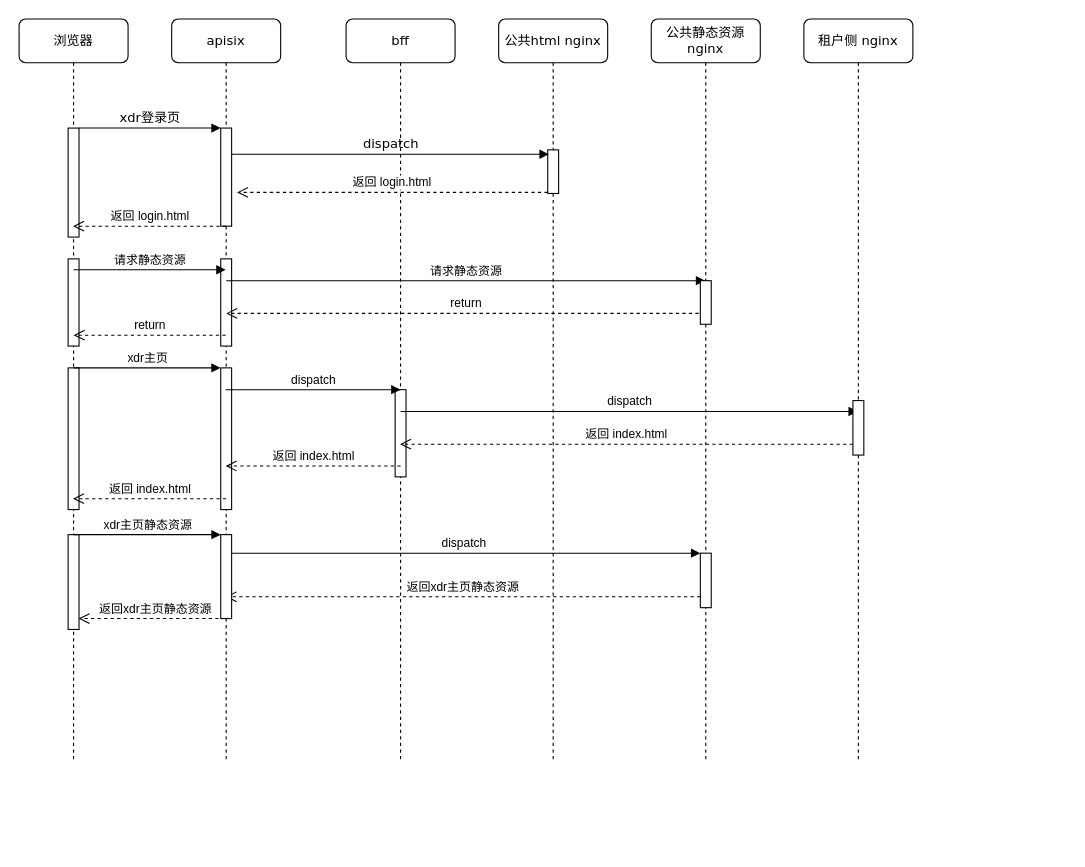
The draw.io diagram sxf-front-end-optimize-publish/saas dev 前端调用链路优化方案二.drawio in doukangtai/draw.io, before the edit. Source tidied: cells renumbered, new cells numbered last; positions are measured from the earlier drawing's top-left corner, leaving out a move shared by most shapes. Both pictures are drawn from the tidied source at 109%, with x=0, y=0 at pixel (19, 19).
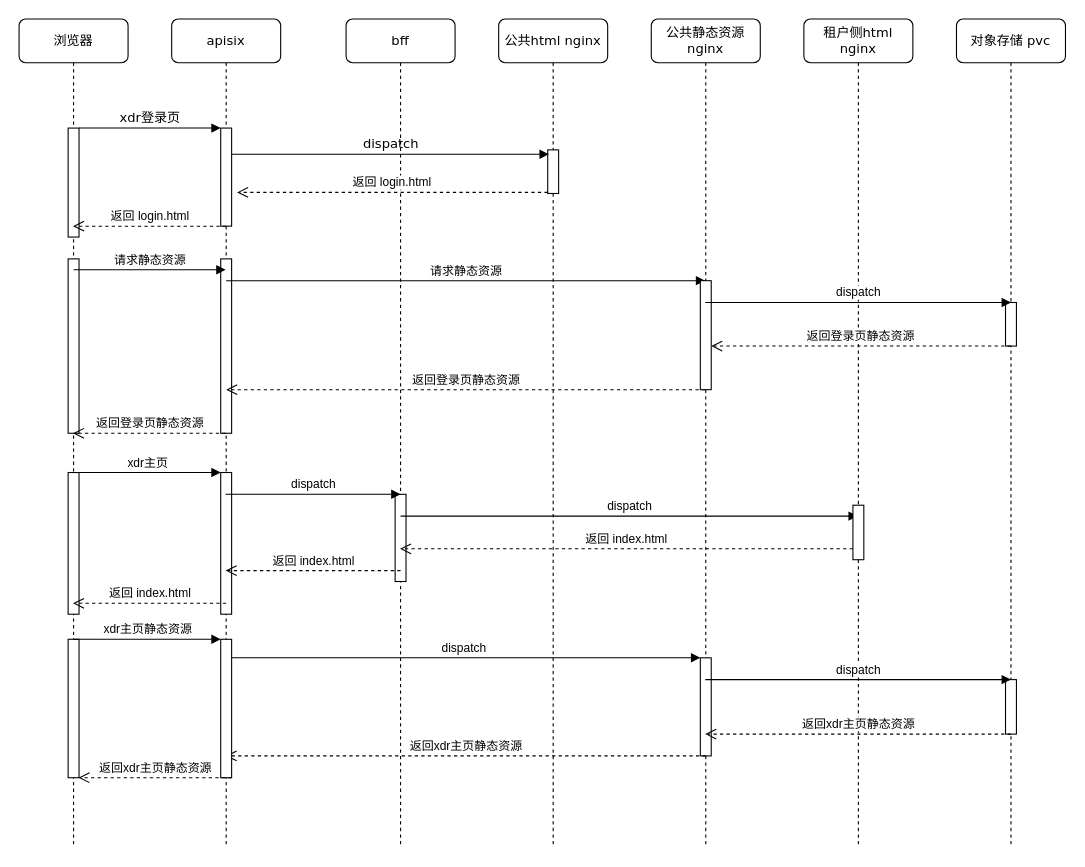
The same diagram, later.

Commit message:
更新saas dev 前端调用链路优化方案二.drawio

What changed in the source:
```diff
@@
     <mxCell id="2" value="apisix" style="shape=umlLifeline;perimeter=lifelinePerimeter;whiteSpace=wrap;html=1;outlineConnect=0;rounded=1;shadow=0;comic=0;labelBackgroundColor=none;strokeWidth=1;fontFamily=Verdana;fontSize=12;align=center;" parent="1" vertex="1">
-      <mxGeometry x="140" width="100" height="680" as="geometry" />
+      <mxGeometry x="140" width="100" height="760" as="geometry" />
     </mxCell>
@@
     <mxCell id="4" style="html=1;perimeter=orthogonalPerimeter;targetShapes=umlLifeline;newEdgeStyle={&quot;edgeStyle&quot;:&quot;elbowEdgeStyle&quot;,&quot;elbow&quot;:&quot;vertical&quot;,&quot;curved&quot;:0,&quot;rounded&quot;:0};" parent="2" vertex="1">
-      <mxGeometry x="45" y="220" width="10" height="80" as="geometry" />
+      <mxGeometry x="45" y="220" width="10" height="160" as="geometry" />
     </mxCell>
@@
-    <mxCell id="6" value="return" style="html=1;verticalAlign=bottom;endArrow=open;dashed=1;endSize=8;edgeStyle=elbowEdgeStyle;elbow=vertical;curved=0;rounded=0;" parent="2" edge="1" source="13">
+    <mxCell id="6" value="返回登录页静态资源" style="html=1;verticalAlign=bottom;endArrow=open;dashed=1;endSize=8;edgeStyle=elbowEdgeStyle;elbow=vertical;curved=0;rounded=0;" parent="2" edge="1" source="13">
       <mxGeometry relative="1" as="geometry">
-        <mxPoint x="50" y="270" as="targetPoint" />
+        <mxPoint x="50" y="340" as="targetPoint" />
+        <Array as="points">
+          <mxPoint x="310" y="340" />
+        </Array>
       </mxGeometry>
     </mxCell>
-    <mxCell id="7" value="返回xdr主页静态资源" style="html=1;verticalAlign=bottom;endArrow=open;dashed=1;endSize=8;edgeStyle=elbowEdgeStyle;elbow=vertical;curved=0;rounded=0;" parent="2" edge="1">
-      <mxGeometry relative="1" as="geometry">
-        <mxPoint x="55" y="550" as="sourcePoint" />
-        <mxPoint x="-85.5" y="550" as="targetPoint" />
-      </mxGeometry>
-    </mxCell>
     <mxCell id="8" value="bff" style="shape=umlLifeline;perimeter=lifelinePerimeter;whiteSpace=wrap;html=1;outlineConnect=0;rounded=1;shadow=0;comic=0;labelBackgroundColor=none;strokeWidth=1;fontFamily=Verdana;fontSize=12;align=center;" parent="1" vertex="1">
-      <mxGeometry x="300" width="100" height="680" as="geometry" />
+      <mxGeometry x="300" width="100" height="760" as="geometry" />
     </mxCell>
     <mxCell id="9" style="html=1;perimeter=orthogonalPerimeter;targetShapes=umlLifeline;newEdgeStyle={&quot;edgeStyle&quot;:&quot;elbowEdgeStyle&quot;,&quot;elbow&quot;:&quot;vertical&quot;,&quot;curved&quot;:0,&quot;rounded&quot;:0};" parent="8" vertex="1">
-      <mxGeometry x="45" y="340" width="10" height="80" as="geometry" />
+      <mxGeometry x="45" y="436" width="10" height="80" as="geometry" />
     </mxCell>
-    <mxCell id="10" value="dispatch" style="html=1;verticalAlign=bottom;endArrow=block;edgeStyle=elbowEdgeStyle;elbow=vertical;curved=0;rounded=0;" parent="8" edge="1" target="37">
+    <mxCell id="10" value="dispatch" style="html=1;verticalAlign=bottom;endArrow=block;edgeStyle=elbowEdgeStyle;elbow=vertical;curved=0;rounded=0;" parent="8" edge="1">
       <mxGeometry relative="1" as="geometry">
-        <mxPoint x="50" y="360" as="sourcePoint" />
+        <mxPoint x="50" y="456" as="sourcePoint" />
+        <mxPoint x="469.5" y="456" as="targetPoint" />
       </mxGeometry>
     </mxCell>
     <mxCell id="11" value="公共html nginx" style="shape=umlLifeline;perimeter=lifelinePerimeter;whiteSpace=wrap;html=1;rounded=1;shadow=0;comic=0;labelBackgroundColor=none;strokeWidth=1;fontFamily=Verdana;fontSize=12;align=center;" parent="1" vertex="1">
-      <mxGeometry x="440" width="100" height="680" as="geometry" />
+      <mxGeometry x="440" width="100" height="760" as="geometry" />
     </mxCell>
@@
     <mxCell id="13" value="公共静态资源 nginx" style="shape=umlLifeline;perimeter=lifelinePerimeter;whiteSpace=wrap;html=1;outlineConnect=0;rounded=1;shadow=0;comic=0;labelBackgroundColor=none;strokeWidth=1;fontFamily=Verdana;fontSize=12;align=center;" parent="1" vertex="1">
-      <mxGeometry x="580" width="100" height="680" as="geometry" />
+      <mxGeometry x="580" width="100" height="760" as="geometry" />
     </mxCell>
     <mxCell id="14" style="html=1;perimeter=orthogonalPerimeter;targetShapes=umlLifeline;newEdgeStyle={&quot;edgeStyle&quot;:&quot;elbowEdgeStyle&quot;,&quot;elbow&quot;:&quot;vertical&quot;,&quot;curved&quot;:0,&quot;rounded&quot;:0};" parent="13" vertex="1">
-      <mxGeometry x="45" y="490" width="10" height="50" as="geometry" />
+      <mxGeometry x="45" y="586" width="10" height="90" as="geometry" />
     </mxCell>
-    <mxCell id="15" value="返回xdr主页静态资源" style="html=1;verticalAlign=bottom;endArrow=open;dashed=1;endSize=8;edgeStyle=elbowEdgeStyle;elbow=vertical;curved=0;rounded=0;" parent="13" edge="1" target="2">
+    <mxCell id="15" value="返回xdr主页静态资源" style="html=1;verticalAlign=bottom;endArrow=open;dashed=1;endSize=8;edgeStyle=elbowEdgeStyle;elbow=vertical;curved=0;rounded=0;" parent="13" edge="1">
       <mxGeometry relative="1" as="geometry">
-        <mxPoint x="45" y="530" as="sourcePoint" />
+        <mxPoint x="50" y="676" as="sourcePoint" />
+        <mxPoint x="-390.5" y="676" as="targetPoint" />
+        <Array as="points">
+          <mxPoint x="-30" y="676" />
+        </Array>
       </mxGeometry>
     </mxCell>
     <mxCell id="16" style="html=1;points=[];perimeter=orthogonalPerimeter;outlineConnect=0;targetShapes=umlLifeline;portConstraint=eastwest;newEdgeStyle={&quot;edgeStyle&quot;:&quot;elbowEdgeStyle&quot;,&quot;elbow&quot;:&quot;vertical&quot;,&quot;curved&quot;:0,&quot;rounded&quot;:0};" parent="13" vertex="1">
-      <mxGeometry x="45" y="240" width="10" height="40" as="geometry" />
+      <mxGeometry x="45" y="240" width="10" height="100" as="geometry" />
     </mxCell>
-    <mxCell id="17" value="dispatch" style="html=1;verticalAlign=bottom;endArrow=block;edgeStyle=elbowEdgeStyle;elbow=vertical;curved=0;rounded=0;" parent="13" edge="1" source="2">
+    <mxCell id="17" value="dispatch" style="html=1;verticalAlign=bottom;endArrow=block;edgeStyle=elbowEdgeStyle;elbow=vertical;curved=0;rounded=0;" parent="13" edge="1">
       <mxGeometry relative="1" as="geometry">
-        <mxPoint x="45" y="490" as="targetPoint" />
+        <mxPoint x="-390.5" y="586" as="sourcePoint" />
+        <mxPoint x="45" y="586" as="targetPoint" />
       </mxGeometry>
     </mxCell>
     <mxCell id="18" value="浏览器" style="shape=umlLifeline;perimeter=lifelinePerimeter;whiteSpace=wrap;html=1;outlineConnect=0;rounded=1;shadow=0;comic=0;labelBackgroundColor=none;strokeWidth=1;fontFamily=Verdana;fontSize=12;align=center;" parent="1" vertex="1">
-      <mxGeometry width="100" height="680" as="geometry" />
+      <mxGeometry width="100" height="760" as="geometry" />
     </mxCell>
@@
     <mxCell id="20" style="html=1;perimeter=orthogonalPerimeter;targetShapes=umlLifeline;newEdgeStyle={&quot;edgeStyle&quot;:&quot;elbowEdgeStyle&quot;,&quot;elbow&quot;:&quot;vertical&quot;,&quot;curved&quot;:0,&quot;rounded&quot;:0};" parent="18" vertex="1">
-      <mxGeometry x="45" y="320" width="10" height="130" as="geometry" />
+      <mxGeometry x="45" y="416" width="10" height="130" as="geometry" />
     </mxCell>
     <mxCell id="21" style="html=1;perimeter=orthogonalPerimeter;targetShapes=umlLifeline;newEdgeStyle={&quot;edgeStyle&quot;:&quot;elbowEdgeStyle&quot;,&quot;elbow&quot;:&quot;vertical&quot;,&quot;curved&quot;:0,&quot;rounded&quot;:0};" parent="18" vertex="1">
-      <mxGeometry x="45" y="220" width="10" height="80" as="geometry" />
+      <mxGeometry x="45" y="220" width="10" height="160" as="geometry" />
     </mxCell>
@@
-    <mxCell id="23" value="return" style="html=1;verticalAlign=bottom;endArrow=open;dashed=1;endSize=8;edgeStyle=elbowEdgeStyle;elbow=vertical;curved=0;rounded=0;" parent="18" edge="1" source="2">
-      <mxGeometry relative="1" as="geometry">
-        <mxPoint x="50" y="290" as="targetPoint" />
-      </mxGeometry>
-    </mxCell>
     <mxCell id="24" style="html=1;points=[];perimeter=orthogonalPerimeter;outlineConnect=0;targetShapes=umlLifeline;portConstraint=eastwest;newEdgeStyle={&quot;edgeStyle&quot;:&quot;elbowEdgeStyle&quot;,&quot;elbow&quot;:&quot;vertical&quot;,&quot;curved&quot;:0,&quot;rounded&quot;:0};" parent="18" vertex="1">
-      <mxGeometry x="185" y="320" width="10" height="130" as="geometry" />
+      <mxGeometry x="185" y="416" width="10" height="130" as="geometry" />
     </mxCell>
     <mxCell id="25" value="xdr主页" style="html=1;verticalAlign=bottom;endArrow=block;edgeStyle=elbowEdgeStyle;elbow=vertical;curved=0;rounded=0;" parent="18" edge="1" target="24">
       <mxGeometry relative="1" as="geometry">
-        <mxPoint x="50" y="320" as="sourcePoint" />
+        <mxPoint x="50" y="416" as="sourcePoint" />
       </mxGeometry>
     </mxCell>
@@
-    <mxCell id="30" value="dispatch" style="html=1;verticalAlign=bottom;endArrow=block;edgeStyle=elbowEdgeStyle;elbow=vertical;curved=0;rounded=0;" parent="1" edge="1" source="2">
+    <mxCell id="30" value="dispatch" style="html=1;verticalAlign=bottom;endArrow=block;edgeStyle=elbowEdgeStyle;elbow=vertical;curved=0;rounded=0;" parent="1" edge="1">
       <mxGeometry relative="1" as="geometry">
-        <mxPoint x="350" y="340" as="targetPoint" />
+        <mxPoint x="189.5" y="436" as="sourcePoint" />
+        <mxPoint x="350" y="436" as="targetPoint" />
       </mxGeometry>
     </mxCell>
-    <mxCell id="31" value="返回 index.html" style="html=1;verticalAlign=bottom;endArrow=open;dashed=1;endSize=8;edgeStyle=elbowEdgeStyle;elbow=vertical;curved=0;rounded=0;" parent="1" edge="1" source="38" target="8">
+    <mxCell id="31" value="返回 index.html" style="html=1;verticalAlign=bottom;endArrow=open;dashed=1;endSize=8;edgeStyle=elbowEdgeStyle;elbow=vertical;curved=0;rounded=0;" parent="1" edge="1" source="38">
       <mxGeometry relative="1" as="geometry">
+        <mxPoint x="349.5" y="486" as="targetPoint" />
         <Array as="points">
-          <mxPoint x="730" y="390" />
+          <mxPoint x="730" y="486" />
         </Array>
       </mxGeometry>
     </mxCell>
-    <mxCell id="32" value="返回 index.html" style="html=1;verticalAlign=bottom;endArrow=open;dashed=1;endSize=8;edgeStyle=elbowEdgeStyle;elbow=vertical;curved=0;rounded=0;" parent="1" edge="1" target="2">
+    <mxCell id="32" value="返回 index.html" style="html=1;verticalAlign=bottom;endArrow=open;dashed=1;endSize=8;edgeStyle=elbowEdgeStyle;elbow=vertical;curved=0;rounded=0;" parent="1" edge="1">
       <mxGeometry relative="1" as="geometry">
-        <mxPoint x="350" y="410" as="sourcePoint" />
+        <mxPoint x="350" y="506" as="sourcePoint" />
+        <mxPoint x="189.5" y="506" as="targetPoint" />
       </mxGeometry>
     </mxCell>
-    <mxCell id="33" value="返回 index.html" style="html=1;verticalAlign=bottom;endArrow=open;dashed=1;endSize=8;edgeStyle=elbowEdgeStyle;elbow=vertical;curved=0;rounded=0;" parent="1" edge="1" target="18">
+    <mxCell id="33" value="返回 index.html" style="html=1;verticalAlign=bottom;endArrow=open;dashed=1;endSize=8;edgeStyle=elbowEdgeStyle;elbow=vertical;curved=0;rounded=0;" parent="1" edge="1">
       <mxGeometry relative="1" as="geometry">
-        <mxPoint x="190" y="440" as="sourcePoint" />
+        <mxPoint x="190" y="536" as="sourcePoint" />
+        <mxPoint x="49.5" y="536" as="targetPoint" />
       </mxGeometry>
     </mxCell>
     <mxCell id="34" style="html=1;perimeter=orthogonalPerimeter;targetShapes=umlLifeline;newEdgeStyle={&quot;edgeStyle&quot;:&quot;elbowEdgeStyle&quot;,&quot;elbow&quot;:&quot;vertical&quot;,&quot;curved&quot;:0,&quot;rounded&quot;:0};" parent="1" vertex="1">
-      <mxGeometry x="45" y="473" width="10" height="87" as="geometry" />
+      <mxGeometry x="45" y="569" width="10" height="127" as="geometry" />
     </mxCell>
     <mxCell id="35" style="html=1;points=[];perimeter=orthogonalPerimeter;outlineConnect=0;targetShapes=umlLifeline;portConstraint=eastwest;newEdgeStyle={&quot;edgeStyle&quot;:&quot;elbowEdgeStyle&quot;,&quot;elbow&quot;:&quot;vertical&quot;,&quot;curved&quot;:0,&quot;rounded&quot;:0};" parent="1" vertex="1">
-      <mxGeometry x="185" y="473" width="10" height="77" as="geometry" />
+      <mxGeometry x="185" y="569" width="10" height="127" as="geometry" />
     </mxCell>
     <mxCell id="36" value="xdr主页静态资源" style="html=1;verticalAlign=bottom;endArrow=block;edgeStyle=elbowEdgeStyle;elbow=vertical;curved=0;rounded=0;" parent="1" edge="1" target="35">
       <mxGeometry relative="1" as="geometry">
-        <mxPoint x="50" y="473" as="sourcePoint" />
+        <mxPoint x="50" y="569" as="sourcePoint" />
       </mxGeometry>
     </mxCell>
-    <mxCell id="37" value="租户侧 nginx" style="shape=umlLifeline;perimeter=lifelinePerimeter;whiteSpace=wrap;html=1;outlineConnect=0;rounded=1;shadow=0;comic=0;labelBackgroundColor=none;strokeWidth=1;fontFamily=Verdana;fontSize=12;align=center;" parent="1" vertex="1">
-      <mxGeometry x="720" width="100" height="680" as="geometry" />
+    <mxCell id="37" value="租户侧html nginx" style="shape=umlLifeline;perimeter=lifelinePerimeter;whiteSpace=wrap;html=1;outlineConnect=0;rounded=1;shadow=0;comic=0;labelBackgroundColor=none;strokeWidth=1;fontFamily=Verdana;fontSize=12;align=center;" parent="1" vertex="1">
+      <mxGeometry x="720" width="100" height="760" as="geometry" />
     </mxCell>
     <mxCell id="38" style="html=1;points=[];perimeter=orthogonalPerimeter;outlineConnect=0;targetShapes=umlLifeline;portConstraint=eastwest;newEdgeStyle={&quot;edgeStyle&quot;:&quot;elbowEdgeStyle&quot;,&quot;elbow&quot;:&quot;vertical&quot;,&quot;curved&quot;:0,&quot;rounded&quot;:0};" parent="37" vertex="1">
-      <mxGeometry x="45" y="350" width="10" height="50" as="geometry" />
+      <mxGeometry x="45" y="446" width="10" height="50" as="geometry" />
     </mxCell>
+    <mxCell id="39" value="对象存储 pvc" style="shape=umlLifeline;perimeter=lifelinePerimeter;whiteSpace=wrap;html=1;rounded=1;shadow=0;comic=0;labelBackgroundColor=none;strokeWidth=1;fontFamily=Verdana;fontSize=12;align=center;" parent="1" vertex="1">
+      <mxGeometry x="860" width="100" height="760" as="geometry" />
+    </mxCell>
+    <mxCell id="40" style="html=1;perimeter=orthogonalPerimeter;targetShapes=umlLifeline;newEdgeStyle={&quot;edgeStyle&quot;:&quot;elbowEdgeStyle&quot;,&quot;elbow&quot;:&quot;vertical&quot;,&quot;curved&quot;:0,&quot;rounded&quot;:0};" parent="39" vertex="1">
+      <mxGeometry x="45" y="606" width="10" height="50" as="geometry" />
+    </mxCell>
+    <mxCell id="41" style="html=1;perimeter=orthogonalPerimeter;targetShapes=umlLifeline;newEdgeStyle={&quot;edgeStyle&quot;:&quot;elbowEdgeStyle&quot;,&quot;elbow&quot;:&quot;vertical&quot;,&quot;curved&quot;:0,&quot;rounded&quot;:0};" parent="39" vertex="1">
+      <mxGeometry x="45" y="260" width="10" height="40" as="geometry" />
+    </mxCell>
+    <mxCell id="42" value="dispatch" style="html=1;verticalAlign=bottom;endArrow=block;edgeStyle=elbowEdgeStyle;elbow=vertical;curved=0;rounded=0;" parent="1" edge="1">
+      <mxGeometry relative="1" as="geometry">
+        <mxPoint x="629.5" y="606" as="sourcePoint" />
+        <mxPoint x="910" y="606" as="targetPoint" />
+      </mxGeometry>
+    </mxCell>
+    <mxCell id="43" value="返回xdr主页静态资源" style="html=1;verticalAlign=bottom;endArrow=open;dashed=1;endSize=8;edgeStyle=elbowEdgeStyle;elbow=vertical;curved=0;rounded=0;" parent="1" edge="1">
+      <mxGeometry relative="1" as="geometry">
+        <mxPoint x="910" y="656" as="sourcePoint" />
+        <mxPoint x="629.5" y="656" as="targetPoint" />
+      </mxGeometry>
+    </mxCell>
+    <mxCell id="7" value="返回xdr主页静态资源" style="html=1;verticalAlign=bottom;endArrow=open;dashed=1;endSize=8;edgeStyle=elbowEdgeStyle;elbow=vertical;curved=0;rounded=0;" parent="1" edge="1">
+      <mxGeometry relative="1" as="geometry">
+        <mxPoint x="195" y="696" as="sourcePoint" />
+        <mxPoint x="54.5" y="696" as="targetPoint" />
+      </mxGeometry>
+    </mxCell>
+    <mxCell id="44" value="dispatch" style="html=1;verticalAlign=bottom;endArrow=block;edgeStyle=elbowEdgeStyle;elbow=vertical;curved=0;rounded=0;" parent="1" edge="1" source="13">
+      <mxGeometry relative="1" as="geometry">
+        <mxPoint x="910" y="260" as="targetPoint" />
+      </mxGeometry>
+    </mxCell>
+    <mxCell id="45" value="返回登录页静态资源" style="html=1;verticalAlign=bottom;endArrow=open;dashed=1;endSize=8;edgeStyle=elbowEdgeStyle;elbow=vertical;curved=0;rounded=0;" parent="1" edge="1" target="16">
+      <mxGeometry relative="1" as="geometry">
+        <mxPoint x="910" y="300" as="sourcePoint" />
+      </mxGeometry>
+    </mxCell>
+    <mxCell id="23" value="返回登录页静态资源" style="html=1;verticalAlign=bottom;endArrow=open;dashed=1;endSize=8;edgeStyle=elbowEdgeStyle;elbow=vertical;curved=0;rounded=0;" parent="1" edge="1" source="2" target="18">
+      <mxGeometry relative="1" as="geometry">
+        <Array as="points">
+          <mxPoint x="140" y="380" />
+        </Array>
+      </mxGeometry>
+    </mxCell>
```
